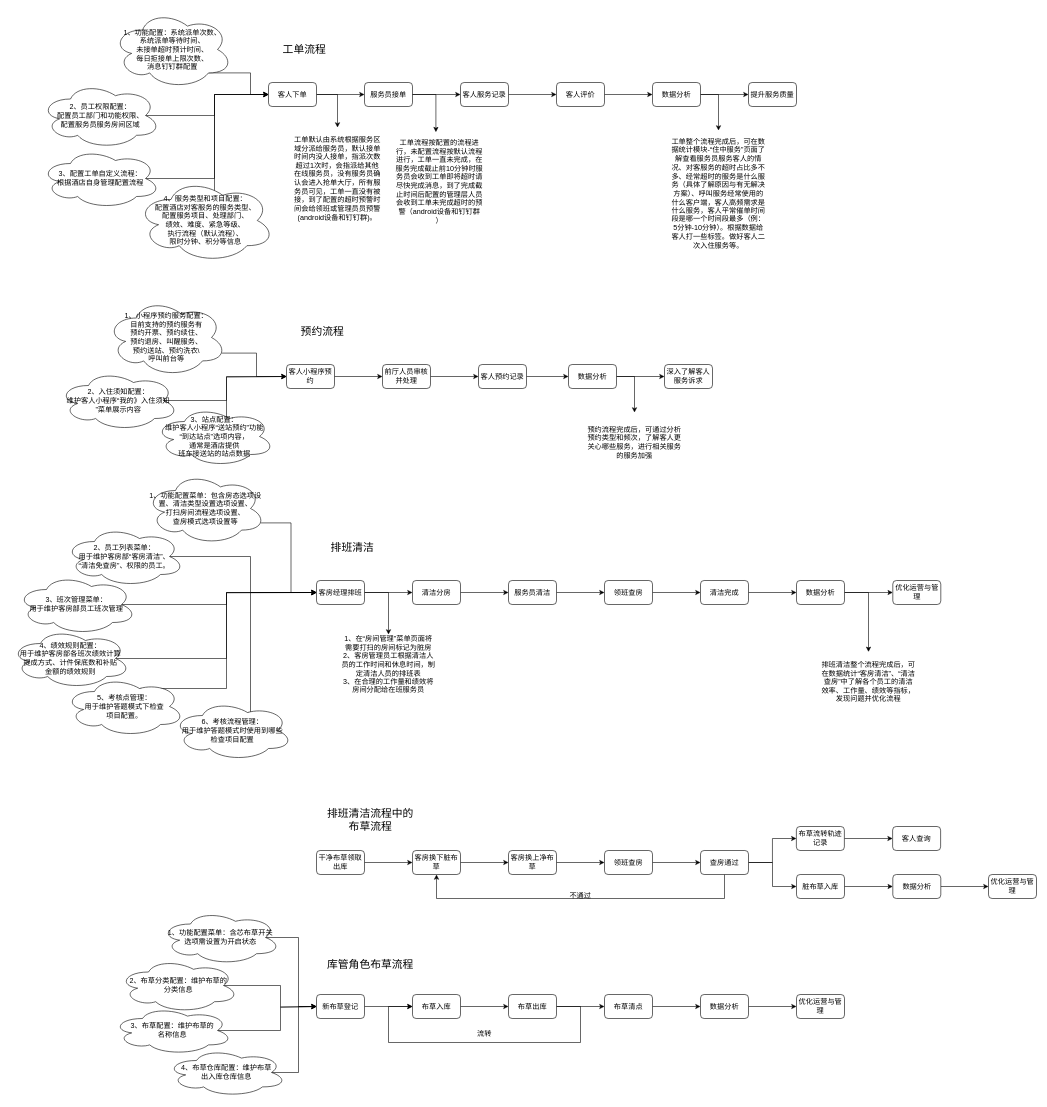
This is xzzh/服务管家培训讲解流程图.drawio from daniel-7d/draw, a draw.io file, before an edit. Source tidied: cells renumbered, new cells numbered last; positions are measured from the earlier drawing's top-left corner, leaving out a move shared by most shapes. Both pictures are drawn from the tidied source at 60%, with x=0, y=0 at pixel (10, 10).
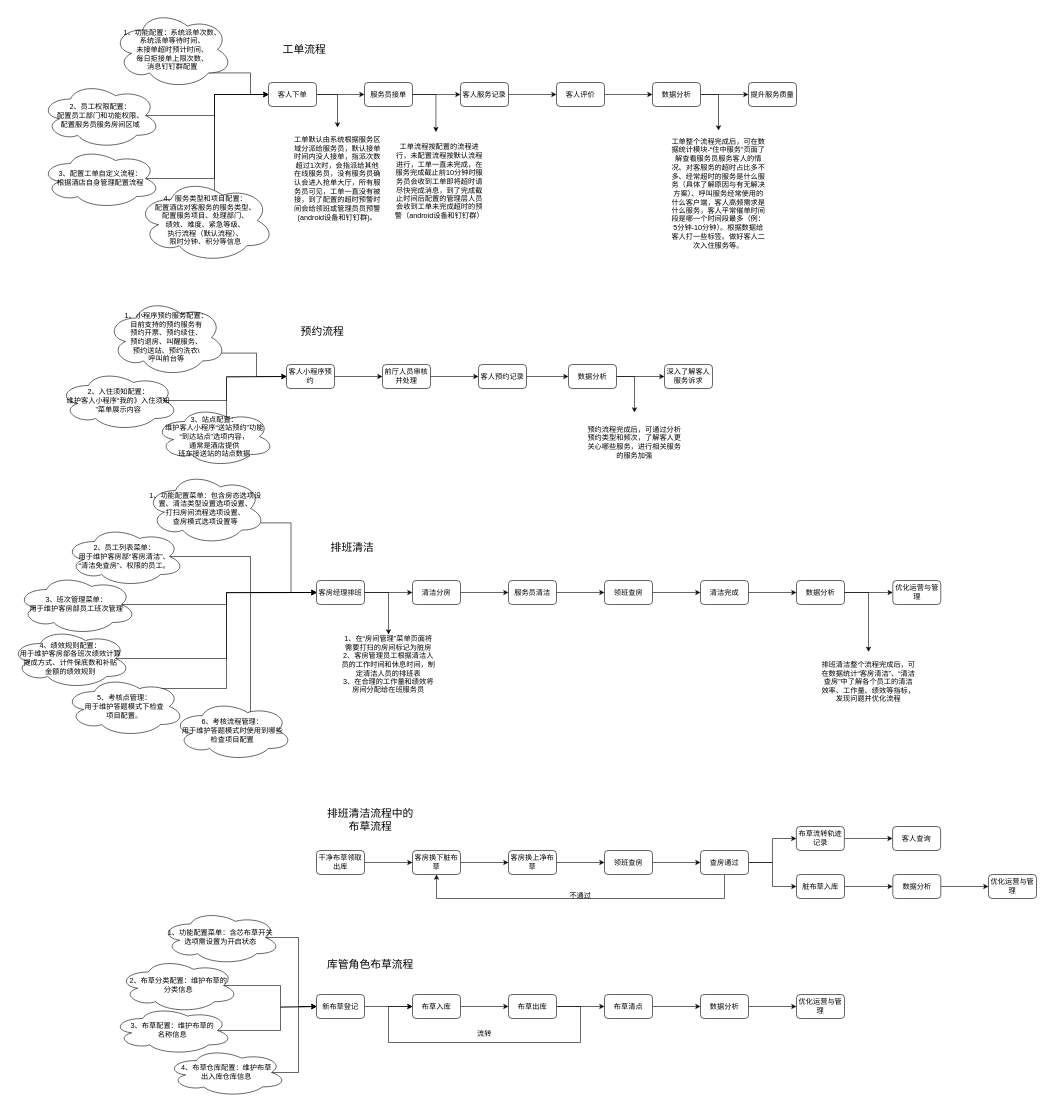
The same page after the edit.

Commit message:
更新服务管家培训讲解流程图.drawio

The edit, as a diff of the source:
```diff
@@
-    <mxCell id="25" value="工单流程按配置的流程进行，未配置流程按默认流程进行，工单一直未完成，在服务完成截止前10分钟时服务员会收到工单即将超时请尽快完成消息，到了完成截止时间后配置的管理层人员会收到工单未完成超时的预警（android设备和钉钉群&lt;br&gt;）" style="text;html=1;strokeColor=none;fillColor=none;align=center;verticalAlign=middle;whiteSpace=wrap;rounded=0;" parent="1" vertex="1">
+    <mxCell id="25" value="工单流程按配置的流程进行，未配置流程按默认流程进行，工单一直未完成，在服务完成截止前10分钟时服务员会收到工单即将超时请尽快完成消息，到了完成截止时间后配置的管理层人员会收到工单未完成超时的预警（android设备和钉钉群）" style="text;html=1;strokeColor=none;fillColor=none;align=center;verticalAlign=middle;whiteSpace=wrap;rounded=0;" parent="1" vertex="1">
       <mxGeometry x="640" y="200" width="150" height="170" as="geometry" />
     </mxCell>
```
